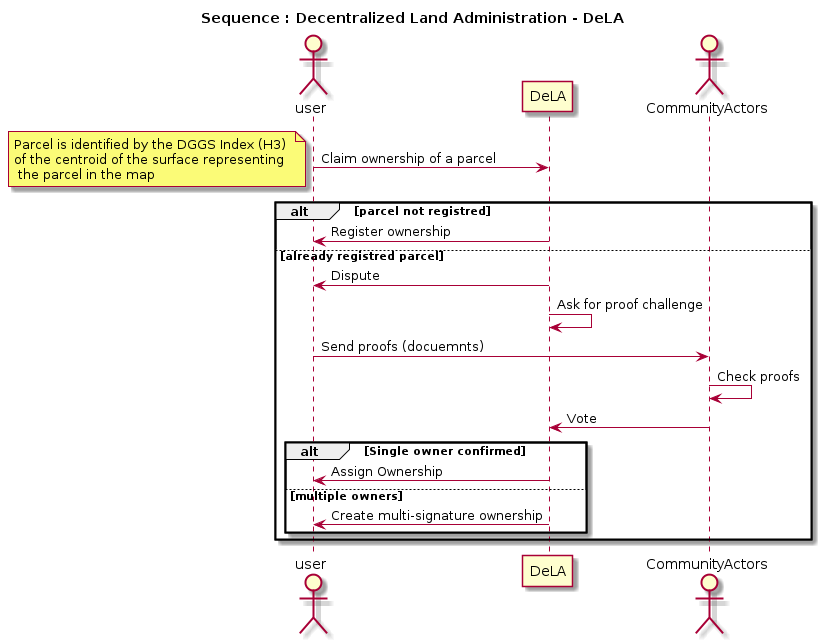
Earlier version of the PlantUML export docs/diagrams/exports/sequence-dela-global/seq-dela-global.png (enlight-me/decentralized-land-admin).
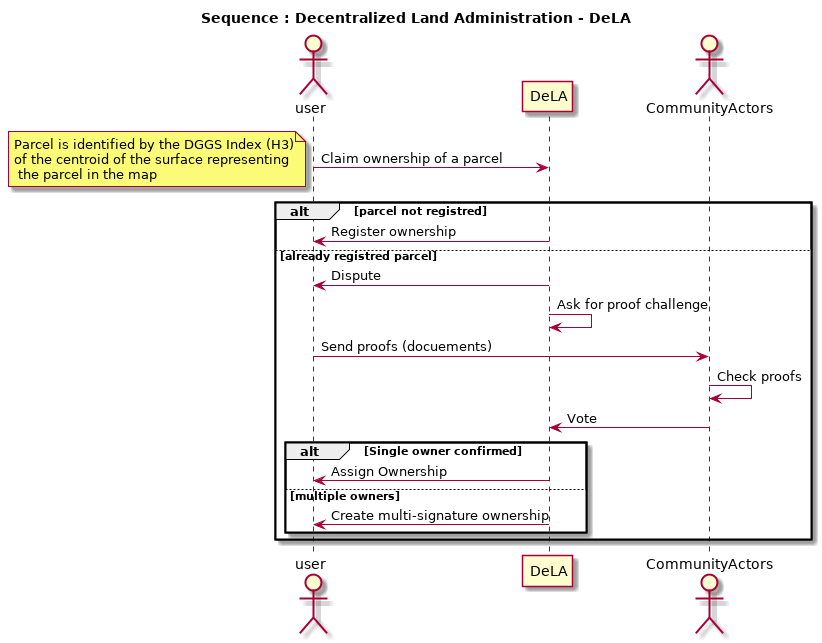
After the commit.

Diff of the diagram source:
```diff
@@ -11,7 +11,7 @@
 else already registred parcel
     DeLA -> user : Dispute
     DeLA -> DeLA : Ask for proof challenge
-    user -> CommunityActors : Send proofs (docuemnts)
+    user -> CommunityActors : Send proofs (docuements)
     CommunityActors -> CommunityActors : Check proofs
     CommunityActors -> DeLA : Vote
         alt Single owner confirmed
```
